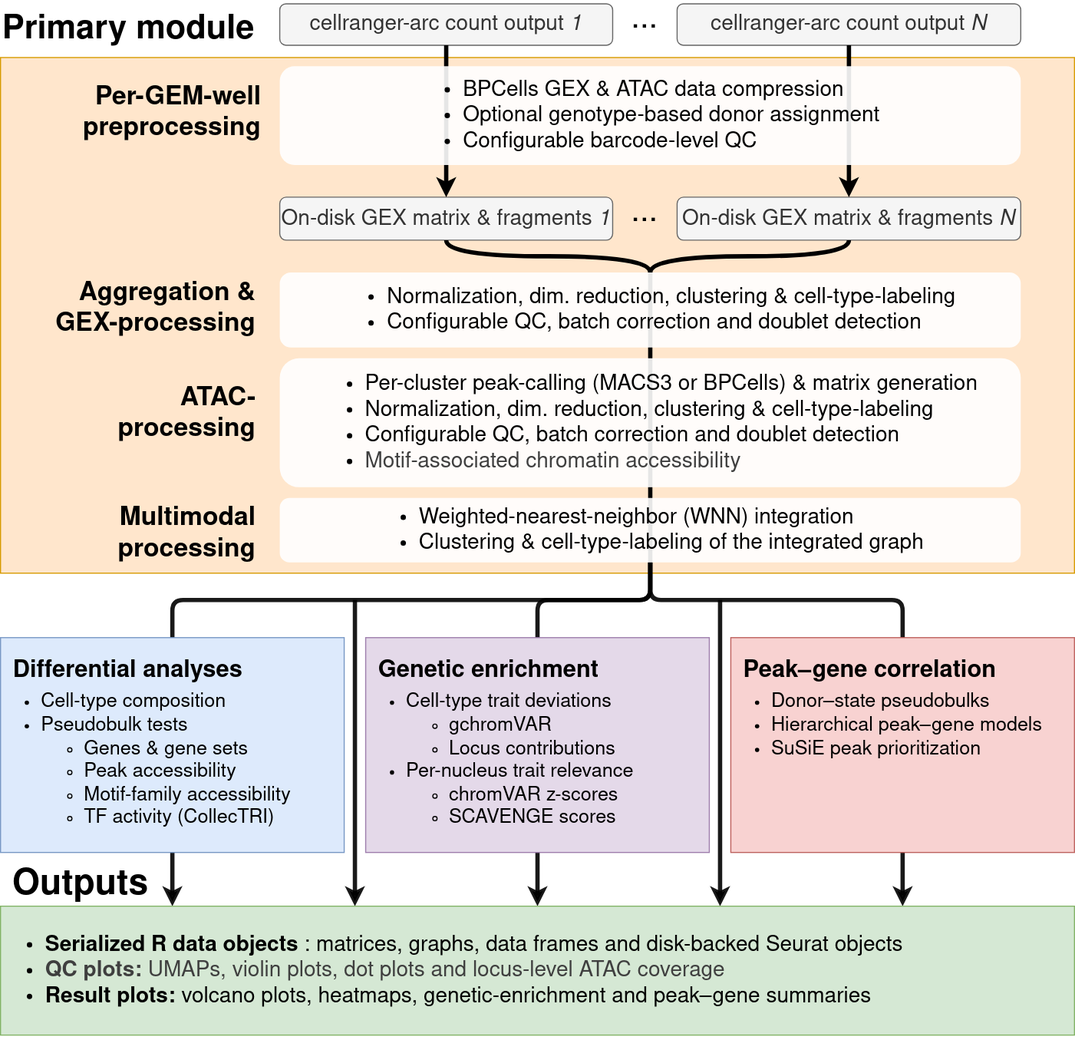
The draw.io diagram website/figures/multiomeR_overview_simplified.drawio.svg in koefoeden/multiomeR, before a commit. Source tidied: cells renumbered, new cells last; positions are measured from the earlier drawing's top-left corner, leaving out a move shared by most shapes.
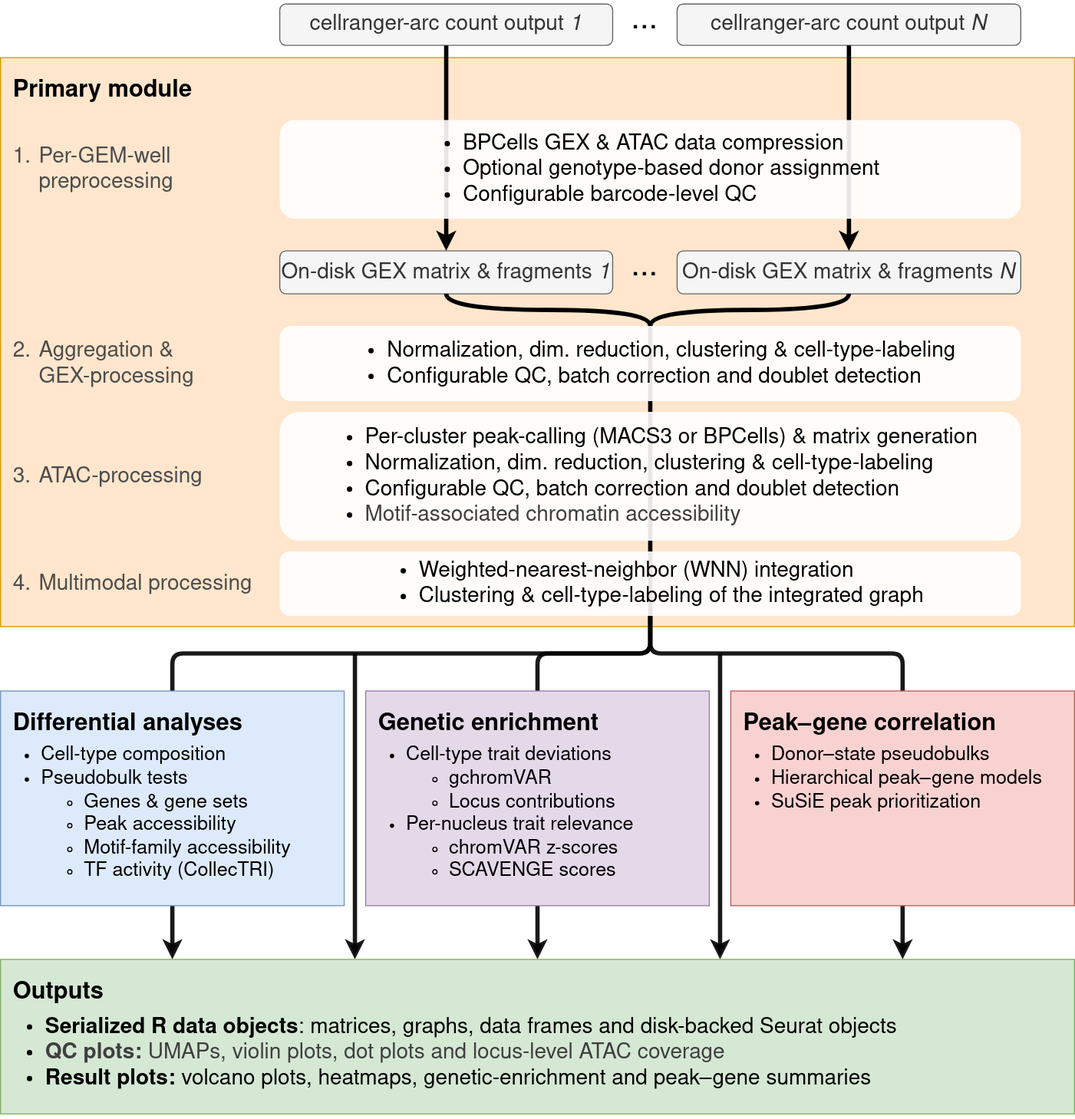
Later version of the same file.

Commit message:
Head the workflow overview's primary module like the other modules

The overview's "Primary module" label moves into the orange box as its
heading, styled like the downstream modules' headings, and "Outputs" into
the green box. The primary module's four parts become numbered stage labels
in regular dark grey, so they no longer read as module names.

non_target_breaking

The edit, as a diff of the source:
```diff
@@ -3,7 +3,7 @@
     <mxCell id="0" />
     <mxCell id="1" parent="0" />
     <mxCell id="2" style="whiteSpace=wrap;html=1;rounded=0;fillColor=#ffe6cc;strokeColor=#d79b00;shadow=0;fontFamily=Nimbus Sans;" parent="1" vertex="1">
-      <mxGeometry y="50" width="1000" height="480" as="geometry" />
+      <mxGeometry width="1000" height="530" as="geometry" />
     </mxCell>
     <mxCell id="3" style="edgeStyle=none;html=1;exitX=0.5;exitY=1;exitDx=0;exitDy=0;entryX=0.5;entryY=1;entryDx=0;entryDy=0;strokeWidth=4;endArrow=none;endFill=0;fontFamily=Nimbus Sans;" parent="1" edge="1" source="19" target="28">
       <mxGeometry relative="1" as="geometry" />
@@ -14,14 +14,14 @@
     <mxCell id="5" style="whiteSpace=wrap;html=1;rounded=0;fillColor=#dae8fc;strokeColor=#6c8ebf;opacity=90;fontFamily=Nimbus Sans;" parent="1" vertex="1">
       <mxGeometry y="590" width="320" height="200" as="geometry" />
     </mxCell>
-    <mxCell id="6" value="&lt;span style=&quot;border-color: rgb(218, 220, 224); color: rgb(0, 0, 0); font-variant-ligatures: normal; font-variant-caps: normal; letter-spacing: normal; orphans: 2; text-indent: 0px; text-transform: none; widows: 2; word-spacing: 0px; -webkit-text-stroke-width: 0px; text-decoration-thickness: initial; text-decoration-style: initial; text-decoration-color: initial;&quot;&gt;&lt;font style=&quot;border-color: rgb(218, 220, 224);&quot;&gt;Per-GEM-well preprocessing&lt;/font&gt;&lt;/span&gt;" style="text;whiteSpace=wrap;html=1;fontSize=24;fontFamily=Nimbus Sans;shadow=0;align=right;fillColor=none;fontStyle=1;opacity=0;labelBackgroundColor=none;" parent="1" vertex="1">
-      <mxGeometry x="25" y="68.1" width="220" height="81.9" as="geometry" />
+    <mxCell id="6" value="&lt;div style=&quot;padding-left: 24px; text-indent: -24px;&quot;&gt;&lt;span style=&quot;display: inline-block; width: 24px; text-indent: 0px;&quot;&gt;1. &lt;/span&gt;Per-GEM-well&lt;br&gt;preprocessing&lt;/div&gt;" style="text;whiteSpace=wrap;html=1;fontSize=20;align=left;verticalAlign=middle;shadow=0;fontStyle=0;opacity=0;fillColor=none;labelBackgroundColor=none;fontFamily=Nimbus Sans;fontColor=#4d4d4d;" parent="1" vertex="1">
+      <mxGeometry x="10" y="58.1" width="240" height="91.9" as="geometry" />
     </mxCell>
-    <mxCell id="7" value="&lt;span style=&quot;border-color: rgb(218, 220, 224); color: rgb(0, 0, 0); font-variant-ligatures: normal; font-variant-caps: normal; letter-spacing: normal; orphans: 2; text-indent: 0px; text-transform: none; widows: 2; word-spacing: 0px; -webkit-text-stroke-width: 0px; text-decoration-thickness: initial; text-decoration-style: initial; text-decoration-color: initial;&quot;&gt;Aggregation &amp;amp;&lt;br&gt;GEX-processing&lt;/span&gt;" style="text;whiteSpace=wrap;html=1;fontSize=24;fontFamily=Nimbus Sans;fontColor=default;align=right;shadow=0;fontStyle=1;opacity=0;fillColor=none;labelBackgroundColor=none;" parent="1" vertex="1">
-      <mxGeometry y="250" width="240" height="81.9" as="geometry" />
+    <mxCell id="7" value="&lt;div style=&quot;padding-left: 24px; text-indent: -24px;&quot;&gt;&lt;span style=&quot;display: inline-block; width: 24px; text-indent: 0px;&quot;&gt;2. &lt;/span&gt;Aggregation &amp;amp;&lt;br&gt;GEX-processing&lt;/div&gt;" style="text;whiteSpace=wrap;html=1;fontSize=20;align=left;verticalAlign=middle;shadow=0;fontStyle=0;opacity=0;fillColor=none;labelBackgroundColor=none;fontFamily=Nimbus Sans;fontColor=#4d4d4d;" parent="1" vertex="1">
+      <mxGeometry x="10" y="250" width="240" height="70" as="geometry" />
     </mxCell>
-    <mxCell id="8" value="&lt;span style=&quot;border-color: rgb(218, 220, 224); font-variant-ligatures: normal; font-variant-caps: normal; letter-spacing: normal; orphans: 2; text-indent: 0px; text-transform: none; widows: 2; word-spacing: 0px; -webkit-text-stroke-width: 0px; text-decoration-thickness: initial; text-decoration-style: initial; text-decoration-color: initial;&quot;&gt;&lt;font style=&quot;border-color: rgb(218, 220, 224);&quot;&gt;ATAC-&lt;br&gt;processing&lt;/font&gt;&lt;/span&gt;" style="text;whiteSpace=wrap;html=1;fontSize=24;align=right;shadow=0;fontStyle=1;opacity=0;fillColor=none;labelBackgroundColor=none;fontFamily=Nimbus Sans;fontColor=#000000;" parent="1" vertex="1">
-      <mxGeometry x="10" y="348.1" width="230" height="111.9" as="geometry" />
+    <mxCell id="8" value="&lt;div style=&quot;padding-left: 24px; text-indent: -24px;&quot;&gt;&lt;span style=&quot;display: inline-block; width: 24px; text-indent: 0px;&quot;&gt;3. &lt;/span&gt;ATAC-processing&lt;/div&gt;" style="text;whiteSpace=wrap;html=1;fontSize=20;align=left;verticalAlign=middle;shadow=0;fontStyle=0;opacity=0;fillColor=none;labelBackgroundColor=none;fontFamily=Nimbus Sans;fontColor=#4d4d4d;" parent="1" vertex="1">
+      <mxGeometry x="10" y="330" width="240" height="120" as="geometry" />
     </mxCell>
     <mxCell id="9" value="&lt;div style=&quot;font-size: 22px;&quot;&gt;&lt;b&gt;Differential analyses&lt;/b&gt;&lt;/div&gt;&lt;ul style=&quot;margin-top: 6px; margin-bottom: 0px; padding-left: 26px;&quot;&gt;&lt;li&gt;Cell-type composition&lt;/li&gt;&lt;li&gt;Pseudobulk tests&lt;/li&gt;&lt;ul&gt;&lt;li&gt;Genes &amp;amp; gene sets&lt;/li&gt;&lt;li&gt;Peak accessibility&lt;/li&gt;&lt;li&gt;Motif-family accessibility&lt;/li&gt;&lt;li&gt;TF activity (CollecTRI)&lt;/li&gt;&lt;/ul&gt;&lt;/ul&gt;" style="rounded=1;whiteSpace=wrap;html=1;dashed=1;fillColor=none;strokeColor=none;opacity=90;fontSize=18;align=left;verticalAlign=top;fontFamily=Nimbus Sans;" parent="1" vertex="1">
       <mxGeometry x="10" y="595" width="300" height="190" as="geometry" />
@@ -29,8 +29,8 @@
     <mxCell id="10" value="&lt;div style=&quot;font-size: 22px;&quot;&gt;&lt;b&gt;Genetic enrichment&lt;/b&gt;&lt;/div&gt;&lt;ul style=&quot;margin-top: 6px; margin-bottom: 0px; padding-left: 26px;&quot;&gt;&lt;li&gt;Cell-type trait deviations&lt;/li&gt;&lt;ul&gt;&lt;li&gt;gchromVAR&lt;/li&gt;&lt;li&gt;Locus contributions&lt;/li&gt;&lt;/ul&gt;&lt;li&gt;Per-nucleus trait relevance&lt;/li&gt;&lt;ul&gt;&lt;li&gt;chromVAR z-scores&lt;/li&gt;&lt;li&gt;SCAVENGE scores&lt;/li&gt;&lt;/ul&gt;&lt;/ul&gt;" style="rounded=1;whiteSpace=wrap;html=1;dashed=1;fillColor=none;strokeColor=none;opacity=90;fontSize=18;align=left;verticalAlign=top;fontFamily=Nimbus Sans;" parent="1" vertex="1">
       <mxGeometry x="350" y="595" width="300" height="190" as="geometry" />
     </mxCell>
-    <mxCell id="11" value="&lt;b style=&quot;border-color: rgb(218, 220, 224); color: rgb(0, 0, 0); font-variant-ligatures: normal; font-variant-caps: normal; letter-spacing: normal; orphans: 2; text-indent: 0px; text-transform: none; widows: 2; word-spacing: 0px; -webkit-text-stroke-width: 0px; text-decoration-thickness: initial; text-decoration-style: initial; text-decoration-color: initial;&quot;&gt;&lt;font style=&quot;border-color: rgb(218, 220, 224);&quot;&gt;Primary module&lt;/font&gt;&lt;/b&gt;" style="text;whiteSpace=wrap;html=1;fontSize=31;align=left;shadow=0;fontStyle=0;opacity=0;fillColor=none;labelBackgroundColor=none;fontFamily=Nimbus Sans;" parent="1" vertex="1">
-      <mxGeometry width="310" height="50" as="geometry" />
+    <mxCell id="11" value="&lt;b style=&quot;border-color: rgb(218, 220, 224); color: rgb(0, 0, 0); font-variant-ligatures: normal; font-variant-caps: normal; letter-spacing: normal; orphans: 2; text-indent: 0px; text-transform: none; widows: 2; word-spacing: 0px; -webkit-text-stroke-width: 0px; text-decoration-thickness: initial; text-decoration-style: initial; text-decoration-color: initial;&quot;&gt;&lt;font style=&quot;border-color: rgb(218, 220, 224);&quot;&gt;Primary module&lt;/font&gt;&lt;/b&gt;" style="text;whiteSpace=wrap;html=1;fontSize=22;align=left;shadow=0;fontStyle=0;opacity=0;fillColor=none;labelBackgroundColor=none;fontFamily=Nimbus Sans;" parent="1" vertex="1">
+      <mxGeometry x="10" y="12" width="240" height="35" as="geometry" />
     </mxCell>
     <mxCell id="12" value="..." style="text;html=1;align=center;verticalAlign=middle;whiteSpace=wrap;rounded=0;fontSize=30;fontFamily=Nimbus Sans;" parent="1" vertex="1">
       <mxGeometry x="570" y="180" width="60" height="30" as="geometry" />
@@ -39,10 +39,10 @@
       <mxGeometry relative="1" as="geometry" />
     </mxCell>
     <mxCell id="14" value="cellranger-arc count output&amp;nbsp;&lt;i&gt;1&lt;/i&gt;" style="rounded=1;whiteSpace=wrap;html=1;shadow=0;fillColor=#f5f5f5;strokeColor=#666666;fontColor=#333333;fontSize=20;fontFamily=Nimbus Sans;" parent="1" vertex="1">
-      <mxGeometry x="260" width="310" height="38.5" as="geometry" />
+      <mxGeometry x="260" y="-50" width="310" height="38.5" as="geometry" />
     </mxCell>
     <mxCell id="15" value="&lt;font&gt;cellranger-arc count output&amp;nbsp;&lt;i&gt;N&lt;/i&gt;&lt;/font&gt;" style="rounded=1;whiteSpace=wrap;html=1;shadow=0;fillColor=#f5f5f5;strokeColor=#666666;fontColor=#333333;fontSize=20;fontFamily=Nimbus Sans;" parent="1" vertex="1">
-      <mxGeometry x="630" width="320" height="38.5" as="geometry" />
+      <mxGeometry x="630" y="-50" width="320" height="38.5" as="geometry" />
     </mxCell>
     <mxCell id="16" value="&lt;font&gt;&amp;nbsp;On-disk GEX matrix &amp;amp; fragments &lt;i&gt;1&lt;/i&gt;&lt;/font&gt;" style="rounded=1;whiteSpace=wrap;html=1;shadow=0;fillColor=#f5f5f5;strokeColor=#666666;fontColor=#333333;fontSize=20;fontFamily=Nimbus Sans;" parent="1" vertex="1">
       <mxGeometry x="260" y="180" width="310" height="40" as="geometry" />
@@ -72,19 +72,19 @@
       <mxGeometry x="260" y="58.1" width="690" height="91.9" as="geometry" />
     </mxCell>
     <mxCell id="25" value="..." style="text;html=1;align=center;verticalAlign=middle;whiteSpace=wrap;rounded=0;fontSize=30;fontFamily=Nimbus Sans;" parent="1" vertex="1">
-      <mxGeometry x="570" width="60" height="30" as="geometry" />
+      <mxGeometry x="570" y="-50" width="60" height="30" as="geometry" />
     </mxCell>
-    <mxCell id="26" value="&lt;ul&gt;&lt;li&gt;&lt;b&gt;Serialized R data objects&lt;/b&gt;: matrices, graphs, data frames and disk-backed Seurat objects&lt;/li&gt;&lt;li&gt;&lt;b style=&quot;color: rgb(63, 63, 63); background-color: transparent;&quot;&gt;QC plots:&lt;/b&gt;&lt;span style=&quot;color: rgb(63, 63, 63); background-color: transparent;&quot;&gt;&amp;nbsp;UMAPs, violin plots, dot plots and locus-level ATAC coverage&lt;/span&gt;&lt;/li&gt;&lt;li&gt;&lt;b&gt;Result plots: &lt;/b&gt;volcano plots, heatmaps, genetic-enrichment and peak–gene summaries&lt;/li&gt;&lt;/ul&gt;" style="rounded=0;whiteSpace=wrap;html=1;shadow=0;fillColor=#d5e8d4;strokeColor=#82b366;fontSize=20;align=left;fontFamily=Nimbus Sans;" parent="1" vertex="1">
-      <mxGeometry y="840" width="1000" height="120" as="geometry" />
+    <mxCell id="26" value="&lt;ul&gt;&lt;li&gt;&lt;b&gt;Serialized R data objects&lt;/b&gt;: matrices, graphs, data frames and disk-backed Seurat objects&lt;/li&gt;&lt;li&gt;&lt;b style=&quot;color: rgb(63, 63, 63); background-color: transparent;&quot;&gt;QC plots:&lt;/b&gt;&lt;span style=&quot;color: rgb(63, 63, 63); background-color: transparent;&quot;&gt;&amp;nbsp;UMAPs, violin plots, dot plots and locus-level ATAC coverage&lt;/span&gt;&lt;/li&gt;&lt;li&gt;&lt;b&gt;Result plots: &lt;/b&gt;volcano plots, heatmaps, genetic-enrichment and peak–gene summaries&lt;/li&gt;&lt;/ul&gt;" style="rounded=0;whiteSpace=wrap;html=1;shadow=0;fillColor=#d5e8d4;strokeColor=#82b366;fontSize=20;align=left;spacingTop=30;fontFamily=Nimbus Sans;" parent="1" vertex="1">
+      <mxGeometry y="840" width="1000" height="144" as="geometry" />
     </mxCell>
-    <mxCell id="27" value="&lt;b&gt;Outputs&lt;/b&gt;" style="text;whiteSpace=wrap;html=1;fontSize=33;align=right;shadow=0;opacity=0;fontStyle=0;labelBackgroundColor=none;fontFamily=Nimbus Sans;" parent="1" vertex="1">
-      <mxGeometry y="795" width="140" height="50" as="geometry" />
+    <mxCell id="27" value="&lt;b&gt;Outputs&lt;/b&gt;" style="text;whiteSpace=wrap;html=1;fontSize=22;align=left;shadow=0;opacity=0;fontStyle=0;labelBackgroundColor=none;fontFamily=Nimbus Sans;" parent="1" vertex="1">
+      <mxGeometry x="10" y="852" width="240" height="35" as="geometry" />
     </mxCell>
     <mxCell id="28" value="&lt;ul&gt;&lt;li style=&quot;text-align: left;&quot;&gt;Weighted-nearest-neighbor (WNN) integration&lt;/li&gt;&lt;li style=&quot;text-align: left;&quot;&gt;Clustering &amp;amp; cell-type-labeling of the integrated graph&lt;/li&gt;&lt;/ul&gt;" style="rounded=1;whiteSpace=wrap;html=1;dashed=1;fillColor=default;strokeColor=none;opacity=90;fontSize=20;fontFamily=Nimbus Sans;" parent="1" vertex="1">
       <mxGeometry x="260" y="460" width="690" height="60" as="geometry" />
     </mxCell>
-    <mxCell id="29" value="&lt;span style=&quot;border-color: rgb(218, 220, 224); font-variant-ligatures: normal; font-variant-caps: normal; letter-spacing: normal; orphans: 2; text-indent: 0px; text-transform: none; widows: 2; word-spacing: 0px; -webkit-text-stroke-width: 0px; text-decoration-thickness: initial; text-decoration-style: initial; text-decoration-color: initial;&quot;&gt;&lt;font style=&quot;border-color: rgb(218, 220, 224);&quot;&gt;Multimodal processing&lt;/font&gt;&lt;/span&gt;" style="text;whiteSpace=wrap;html=1;fontSize=24;align=right;shadow=0;fontStyle=1;opacity=0;fillColor=none;labelBackgroundColor=none;fontFamily=Nimbus Sans;fontColor=#000000;" parent="1" vertex="1">
-      <mxGeometry x="10" y="460" width="230" height="111.9" as="geometry" />
+    <mxCell id="29" value="&lt;div style=&quot;padding-left: 24px; text-indent: -24px;&quot;&gt;&lt;span style=&quot;display: inline-block; width: 24px; text-indent: 0px;&quot;&gt;4. &lt;/span&gt;Multimodal processing&lt;/div&gt;" style="text;whiteSpace=wrap;html=1;fontSize=20;align=left;verticalAlign=middle;shadow=0;fontStyle=0;opacity=0;fillColor=none;labelBackgroundColor=none;fontFamily=Nimbus Sans;fontColor=#4d4d4d;" parent="1" vertex="1">
+      <mxGeometry x="10" y="460" width="240" height="60" as="geometry" />
     </mxCell>
     <mxCell id="30" style="whiteSpace=wrap;html=1;rounded=0;fillColor=#f8cecc;strokeColor=#b85450;opacity=90;fontFamily=Nimbus Sans;" parent="1" vertex="1">
       <mxGeometry x="680" y="590" width="320" height="200" as="geometry" />
```
